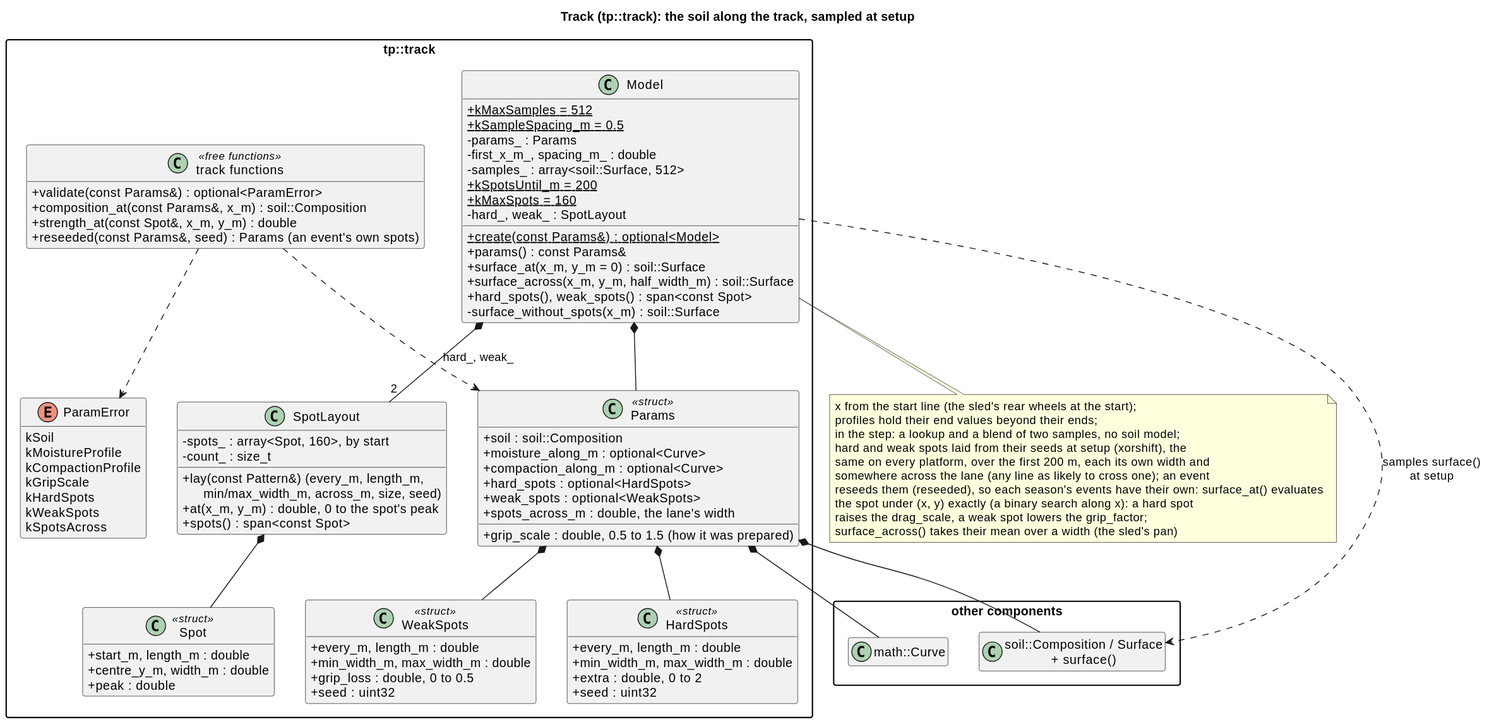
Earlier version of the PlantUML export docs/diagrams/svg/track_classes.svg (wversteeg/TractorPulling).
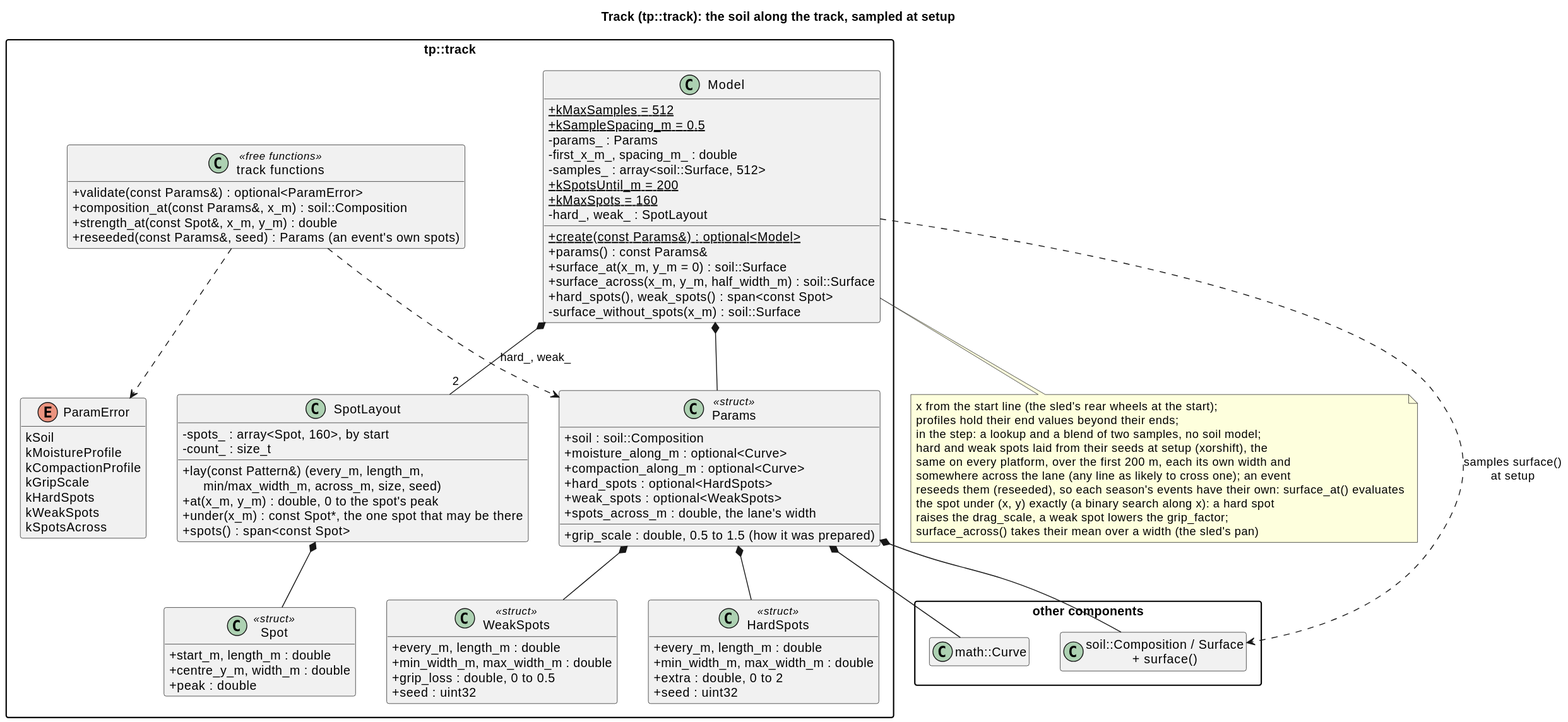
Above is the later version.

Diff of the diagram source:
```diff
@@ -41,6 +41,7 @@
     -count_ : size_t
     +lay(const Pattern&) (every_m, length_m,\n      min/max_width_m, across_m, size, seed)
     +at(x_m, y_m) : double, 0 to the spot's peak
+    +under(x_m) : const Spot*, the one spot that may be there
     +spots() : span<const Spot>
   }
   class Model {
```
